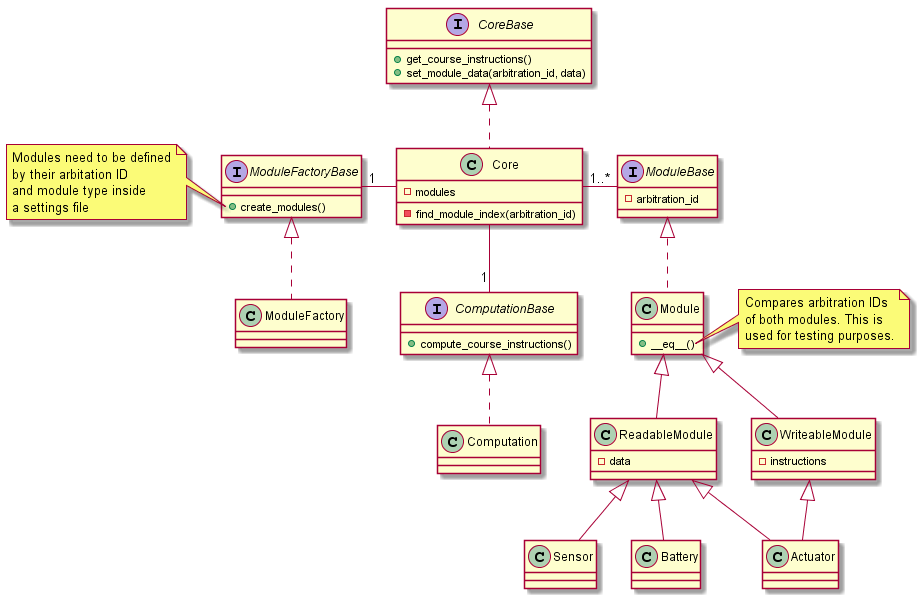
Above: docs/diagrams/out/class_diagram/Class Diagram.png in S-Vrijenhoek/Microtransat-Software-Framework (PlantUML), before the change.
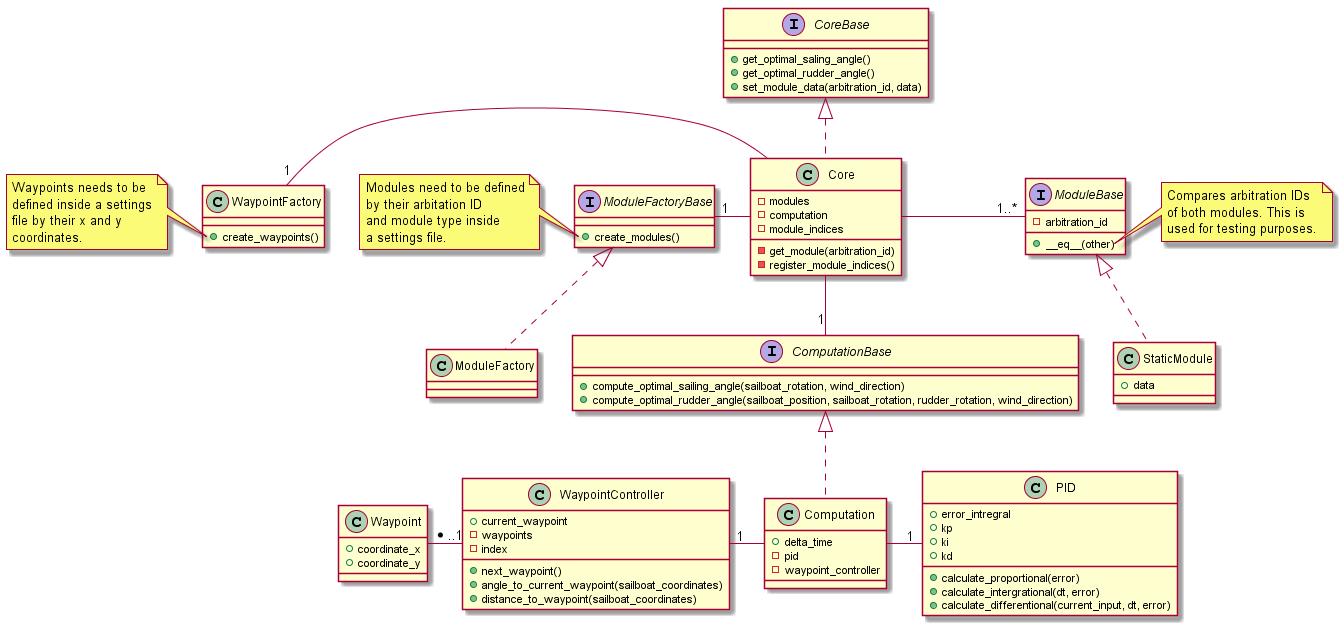
Above is the later version.

The edit, as a diff of the source:
```diff
@@ -5,36 +5,35 @@
 interface ComputationBase
 interface CoreBase
 
-class ReadableModule
-class WriteableModule
-class Module
+class StaticModule
 class ModuleFactory
 class Computation
 class Core
-class Sensor
-class Actuator
-class Battery
+class PID
+class WaypointController
+class Waypoint
+class WaypointFactory
 
-ModuleBase <|.. Module
-Module <|-- ReadableModule
-Module <|-- WriteableModule
-ReadableModule <|-- Sensor
-ReadableModule <|-- Actuator
-ReadableModule <|-- Battery
-WriteableModule <|-- Actuator
+ModuleBase <|.. StaticModule
 ModuleFactoryBase <|.. ModuleFactory
 ComputationBase <|.. Computation
 CoreBase <|.. Core
 Core - "1..*" ModuleBase
 Core -left- "1" ModuleFactoryBase
+Core -left- "1" WaypointFactory
 Core -down- "1" ComputationBase
+Computation - "1" PID
+Computation -left- "1" WaypointController
+WaypointController -left- "*..1" Waypoint
 
 interface ModuleBase {
     - arbitration_id
+    + __eq__(other)
 }
 
 interface CoreBase {
-    + get_course_instructions()
+    + get_optimal_saling_angle()
+    + get_optimal_rudder_angle()
     + set_module_data(arbitration_id, data)
 }
 
@@ -43,37 +42,74 @@
 }
 
 interface ComputationBase {
-    + compute_course_instructions()
+    + compute_optimal_sailing_angle(sailboat_rotation, wind_direction)
+    + compute_optimal_rudder_angle(sailboat_position, sailboat_rotation, rudder_rotation, wind_direction)
 }
 
-class Module {
-    + __eq__()
+class PID {
+    + error_intregral
+    + kp
+    + ki
+    + kd
+    + calculate_proportional(error)
+    + calculate_intergrational(dt, error)
+    + calculate_differentional(current_input, dt, error)
+}
+
+class WaypointController {
+    + current_waypoint
+    - waypoints
+    - index
+    + next_waypoint()
+    + angle_to_current_waypoint(sailboat_coordinates)
+    + distance_to_waypoint(sailboat_coordinates)
+}
+
+class WaypointFactory {
+    + create_waypoints()
+}
+
+class Waypoint {
+    + coordinate_x
+    + coordinate_y
+}
+
+class StaticModule {
+    + data
+}
+
+class Computation {
+    + delta_time
+    - pid
+    - waypoint_controller
 }
 
 class Core {
     - modules
-    - find_module_index(arbitration_id)
-}
-
-class ReadableModule {
-    - data
-}
-
-class WriteableModule {
-    - instructions
+    - computation
+    - module_indices
+    - get_module(arbitration_id)
+    - register_module_indices()
 }
 
 note left of ModuleFactoryBase::create_modules
     Modules need to be defined
     by their arbitation ID
     and module type inside
-    a settings file
+    a settings file.
 end note
 
-note right of Module::__eq__
+note right of ModuleBase::__eq__
     Compares arbitration IDs
     of both modules. This is
     used for testing purposes.
 end note
 
+note left of WaypointFactory::create_waypoints
+    Waypoints needs to be
+    defined inside a settings
+    file by their x and y
+    coordinates.
+end note
+
 @enduml
```
